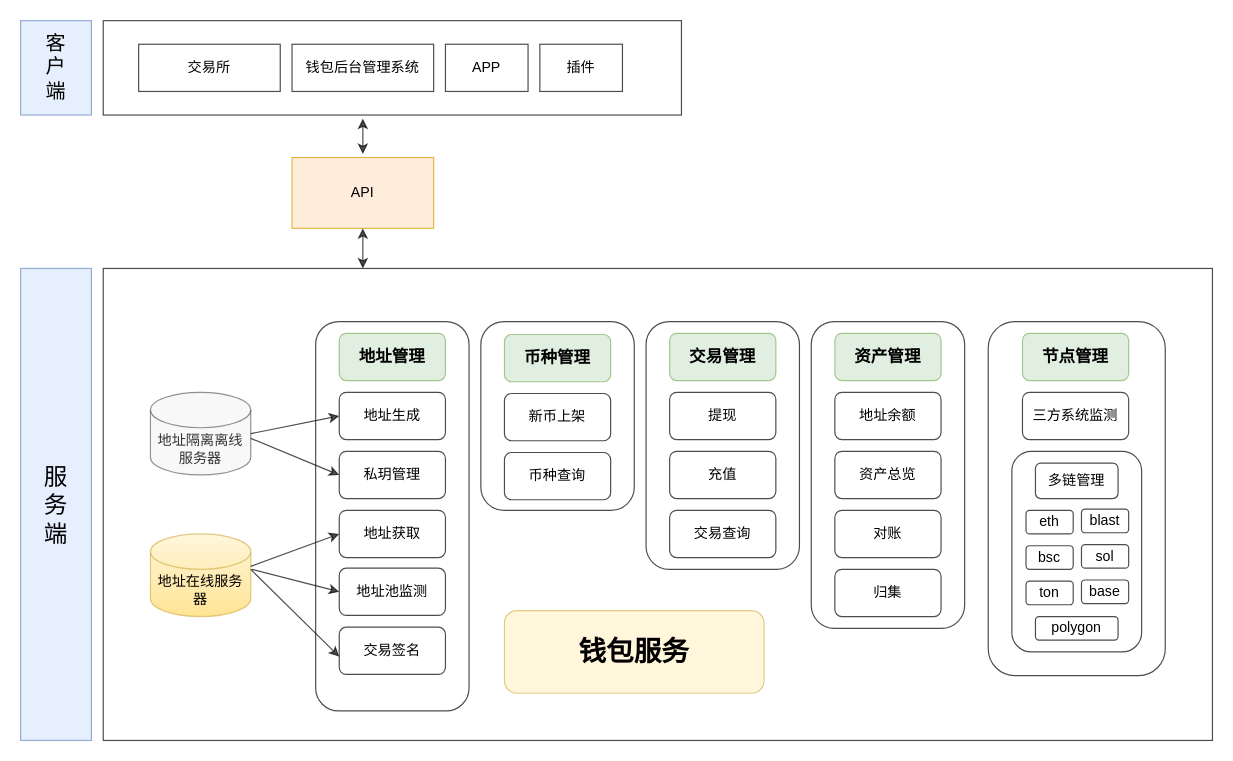
Above: test.drawio in jirasun/sun (draw.io), before the change. Source tidied: cells renumbered, new cells numbered last; positions are measured from the earlier drawing's top-left corner, leaving out a move shared by most shapes. Both pictures are drawn from the tidied source at 118%, with x=0, y=0 at pixel (20, 20).
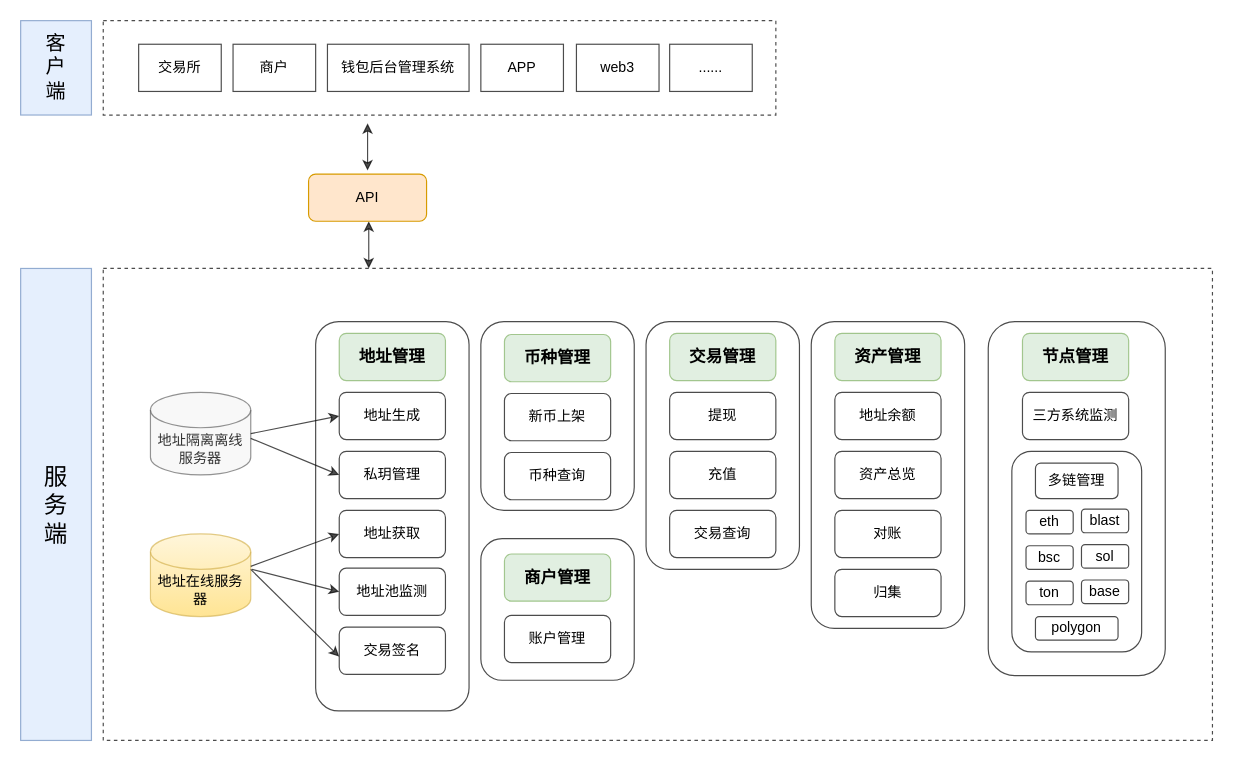
The same diagram, later.

Unchanged cells that the change refers to:
```xml
<mxCell id="2" style="group;opacity=70;strokeWidth=1;fontSize=12;" parent="1" vertex="1">
  <mxGeometry width="1010" height="610" as="geometry" />
</mxCell>
<mxCell id="6" style="group;opacity=70;strokeWidth=1;" parent="2" vertex="1">
  <mxGeometry x="70" y="210" width="940" height="400" as="geometry" />
</mxCell>
```

Change to the diagram source:
```diff
@@
-    <mxCell id="3" style="rounded=0;whiteSpace=wrap;html=1;align=center;verticalAlign=middle;fontFamily=Helvetica;fontSize=12;opacity=70;strokeWidth=1;" parent="2" vertex="1">
-      <mxGeometry x="70" width="490" height="80" as="geometry" />
+    <mxCell id="3" style="rounded=0;whiteSpace=wrap;html=1;align=center;verticalAlign=middle;fontFamily=Helvetica;fontSize=12;opacity=70;strokeWidth=1;dashed=1;" parent="2" vertex="1">
+      <mxGeometry x="70" width="570" height="80" as="geometry" />
     </mxCell>
     <mxCell id="4" value="交易所" style="rounded=0;whiteSpace=wrap;html=1;opacity=70;strokeWidth=1;" parent="2" vertex="1">
-      <mxGeometry x="100" y="20" width="120" height="40" as="geometry" />
+      <mxGeometry x="100" y="20" width="70" height="40" as="geometry" />
     </mxCell>
     <mxCell id="5" value="钱包后台管理系统" style="rounded=0;whiteSpace=wrap;html=1;opacity=70;strokeWidth=1;" parent="2" vertex="1">
-      <mxGeometry x="230" y="20" width="120" height="40" as="geometry" />
+      <mxGeometry x="260" y="20" width="120" height="40" as="geometry" />
     </mxCell>
@@
-    <mxCell id="7" style="rounded=0;whiteSpace=wrap;html=1;opacity=70;strokeWidth=1;" parent="6" vertex="1">
+    <mxCell id="7" style="rounded=0;whiteSpace=wrap;html=1;opacity=70;strokeWidth=1;dashed=1;" parent="6" vertex="1">
       <mxGeometry width="940" height="400" as="geometry" />
     </mxCell>
@@
-    <mxCell id="54" value="&lt;h3 style=&quot;text-align: left;&quot;&gt;&lt;span&gt;钱包服务&lt;/span&gt;&lt;/h3&gt;" style="rounded=1;whiteSpace=wrap;html=1;fillColor=#fff2cc;strokeColor=#d6b656;fontSize=20;opacity=70;strokeWidth=1;" parent="6" vertex="1">
-      <mxGeometry x="340" y="290" width="220" height="70" as="geometry" />
-    </mxCell>
+    <mxCell id="62" style="group;opacity=70;strokeWidth=1;" parent="6" vertex="1">
+      <mxGeometry x="320" y="230" width="130" height="160" as="geometry" />
+    </mxCell>
+    <mxCell id="63" style="group;" parent="62" vertex="1">
+      <mxGeometry y="-1" width="130" height="120" as="geometry" />
+    </mxCell>
+    <mxCell id="64" value="&lt;h3&gt;&lt;br&gt;&lt;/h3&gt;" style="rounded=1;whiteSpace=wrap;html=1;align=left;verticalAlign=top;opacity=70;strokeWidth=1;" parent="63" vertex="1">
+      <mxGeometry width="130" height="120" as="geometry" />
+    </mxCell>
+    <mxCell id="65" value="账户管理" style="rounded=1;whiteSpace=wrap;html=1;opacity=70;strokeWidth=1;" parent="63" vertex="1">
+      <mxGeometry x="20" y="65" width="90" height="40" as="geometry" />
+    </mxCell>
+    <mxCell id="66" value="&lt;h3 style=&quot;text-align: left;&quot;&gt;&lt;font style=&quot;font-size: 14px; line-height: 14px;&quot;&gt;商户管理&lt;/font&gt;&lt;/h3&gt;" style="rounded=1;whiteSpace=wrap;html=1;fillColor=#d5e8d4;strokeColor=#82b366;opacity=70;strokeWidth=1;" parent="63" vertex="1">
+      <mxGeometry x="20" y="13" width="90" height="40" as="geometry" />
+    </mxCell>
@@
-    <mxCell id="57" style="endArrow=classic;startArrow=classic;html=1;rounded=0;fontFamily=Helvetica;fontSize=12;fontColor=default;opacity=70;strokeWidth=1;" parent="2" edge="1">
+    <mxCell id="57" style="endArrow=classic;startArrow=classic;html=1;rounded=0;fontFamily=Helvetica;fontSize=12;fontColor=default;opacity=70;strokeWidth=1;exitX=0.5;exitY=0;exitDx=0;exitDy=0;" parent="2" edge="1">
       <mxGeometry relative="1" as="geometry">
-        <mxPoint x="290" y="113" as="sourcePoint" />
-        <mxPoint x="290" y="83" as="targetPoint" />
+        <mxPoint x="294" y="127" as="sourcePoint" />
+        <mxPoint x="294" y="87" as="targetPoint" />
       </mxGeometry>
     </mxCell>
-    <mxCell id="58" value="API" style="rounded=0;whiteSpace=wrap;html=1;strokeColor=#d79b00;align=center;verticalAlign=middle;fontFamily=Helvetica;fontSize=12;fontColor=default;fillColor=#ffe6cc;opacity=70;strokeWidth=1;" parent="2" vertex="1">
-      <mxGeometry x="230" y="116" width="120" height="60" as="geometry" />
-    </mxCell>
     <mxCell id="59" value="APP" style="rounded=0;whiteSpace=wrap;html=1;opacity=70;strokeWidth=1;" parent="2" vertex="1">
-      <mxGeometry x="360" y="20" width="70" height="40" as="geometry" />
+      <mxGeometry x="390" y="20" width="70" height="40" as="geometry" />
     </mxCell>
-    <mxCell id="60" value="插件" style="rounded=0;whiteSpace=wrap;html=1;opacity=70;strokeWidth=1;" parent="2" vertex="1">
-      <mxGeometry x="440" y="20" width="70" height="40" as="geometry" />
+    <mxCell id="60" value="web3" style="rounded=0;whiteSpace=wrap;html=1;opacity=70;strokeWidth=1;" parent="2" vertex="1">
+      <mxGeometry x="471" y="20" width="70" height="40" as="geometry" />
     </mxCell>
-    <mxCell id="61" style="endArrow=classic;startArrow=classic;html=1;rounded=0;fontFamily=Helvetica;fontSize=12;fontColor=default;entryX=0.5;entryY=1;entryDx=0;entryDy=0;opacity=70;strokeWidth=1;" parent="2" edge="1" target="58">
+    <mxCell id="61" style="endArrow=classic;startArrow=classic;html=1;rounded=0;fontFamily=Helvetica;fontSize=12;fontColor=default;entryX=0.5;entryY=1;entryDx=0;entryDy=0;opacity=70;strokeWidth=1;" parent="2" edge="1">
       <mxGeometry relative="1" as="geometry">
-        <mxPoint x="290" y="210" as="sourcePoint" />
+        <mxPoint x="295" y="210" as="sourcePoint" />
+        <mxPoint x="295" y="170" as="targetPoint" />
       </mxGeometry>
     </mxCell>
+    <mxCell id="67" value="......" style="rounded=0;whiteSpace=wrap;html=1;opacity=70;strokeWidth=1;" parent="2" vertex="1">
+      <mxGeometry x="550" y="20" width="70" height="40" as="geometry" />
+    </mxCell>
+    <mxCell id="58" value="API" style="rounded=1;whiteSpace=wrap;html=1;strokeColor=#d79b00;align=center;verticalAlign=middle;fontFamily=Helvetica;fontSize=12;fontColor=default;fillColor=#ffe6cc;" parent="2" vertex="1">
+      <mxGeometry x="244" y="130" width="100" height="40" as="geometry" />
+    </mxCell>
+    <mxCell id="68" value="商户" style="rounded=0;whiteSpace=wrap;html=1;opacity=70;strokeWidth=1;" parent="1" vertex="1">
+      <mxGeometry x="180" y="20" width="70" height="40" as="geometry" />
+    </mxCell>
```
